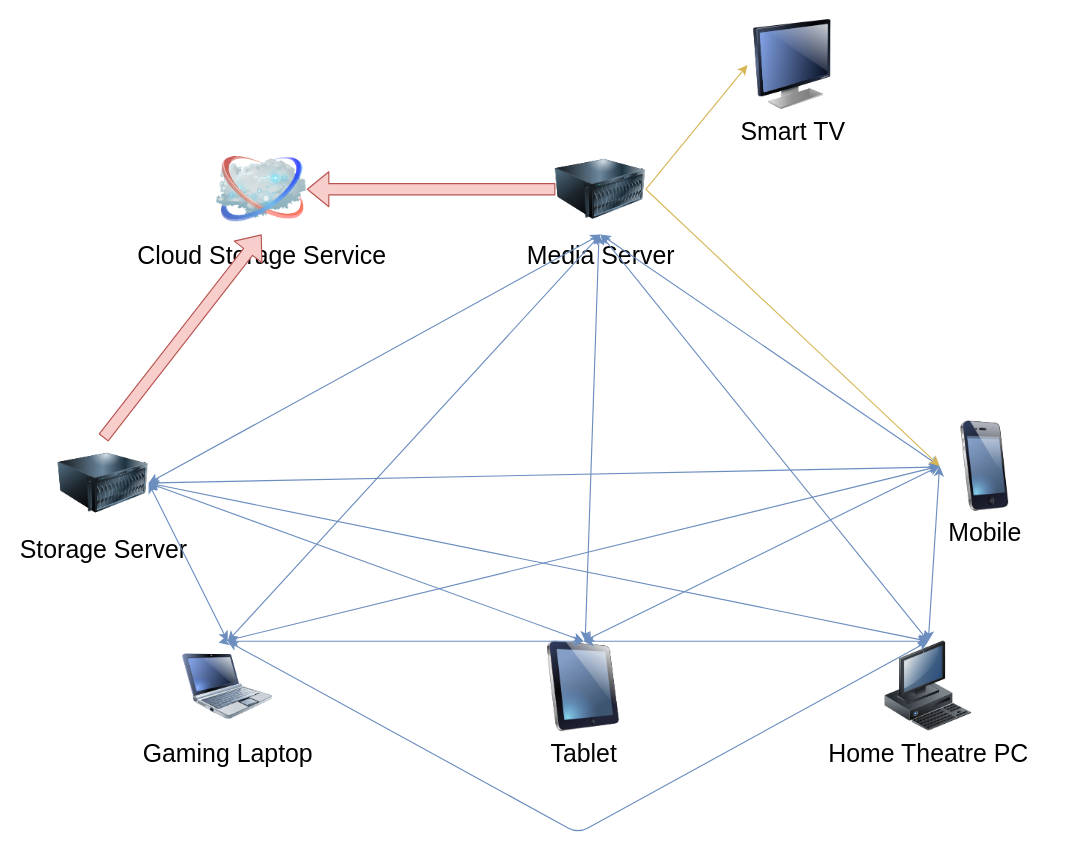
Before: Logical Layout.drawio in syedrali/architecture, a draw.io diagram. Source tidied: cells renumbered, new cells numbered last; positions are measured from the earlier drawing's top-left corner, leaving out a move shared by most shapes. Both pictures are drawn from the tidied source at 113%, with x=0, y=0 at pixel (58, 19).
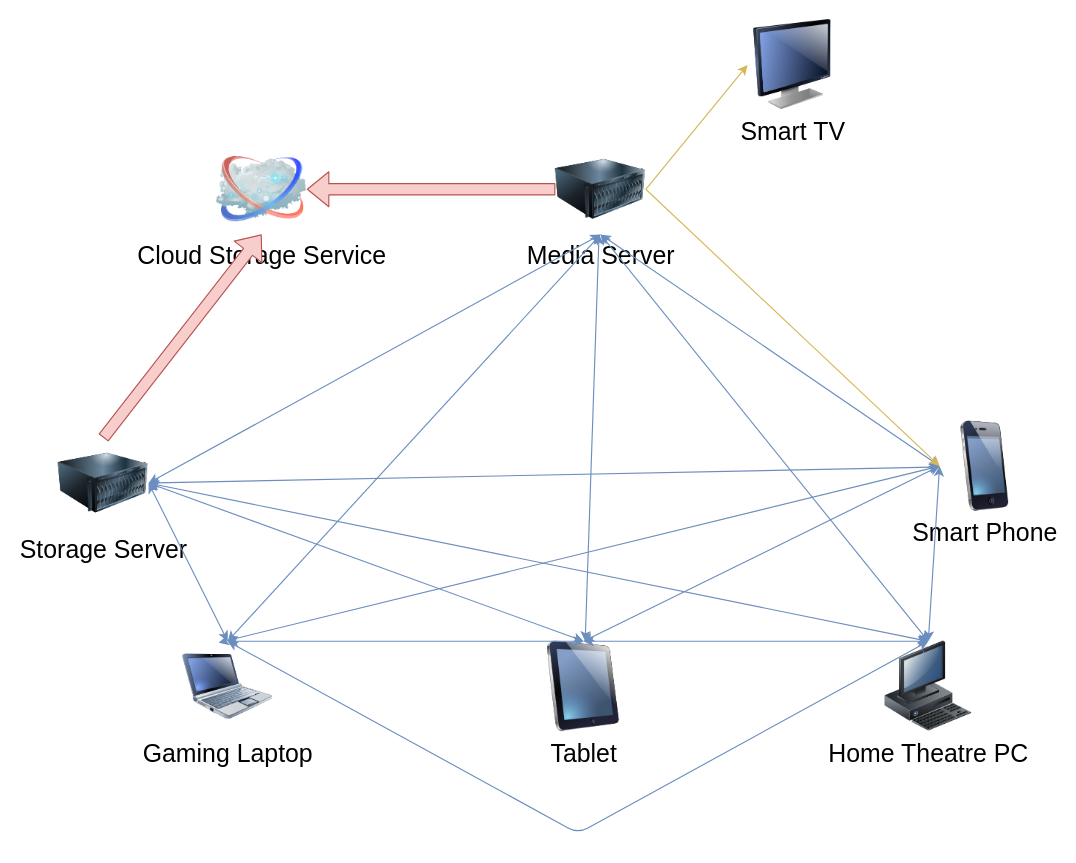
Above is the later version.

Commit message (it also covers changes not shown here):
Updated architecture diagrams.

The edit, as a diff of the source:
```diff
@@
-    <mxCell id="5" value="Mobile" style="image;html=1;labelBackgroundColor=#ffffff;image=img/lib/clip_art/telecommunication/iPhone_128x128.png;rounded=1;shadow=0;comic=0;strokeColor=#000000;strokeWidth=2;fillColor=#FFFFFF;fontSize=22;fontColor=#000000;" parent="1" vertex="1">
+    <mxCell id="5" value="Smart Phone" style="image;html=1;labelBackgroundColor=#ffffff;image=img/lib/clip_art/telecommunication/iPhone_128x128.png;rounded=1;shadow=0;comic=0;strokeColor=#000000;strokeWidth=2;fillColor=#FFFFFF;fontSize=22;fontColor=#000000;" parent="1" vertex="1">
       <mxGeometry x="780" y="355" width="80" height="80" as="geometry" />
     </mxCell>
```
